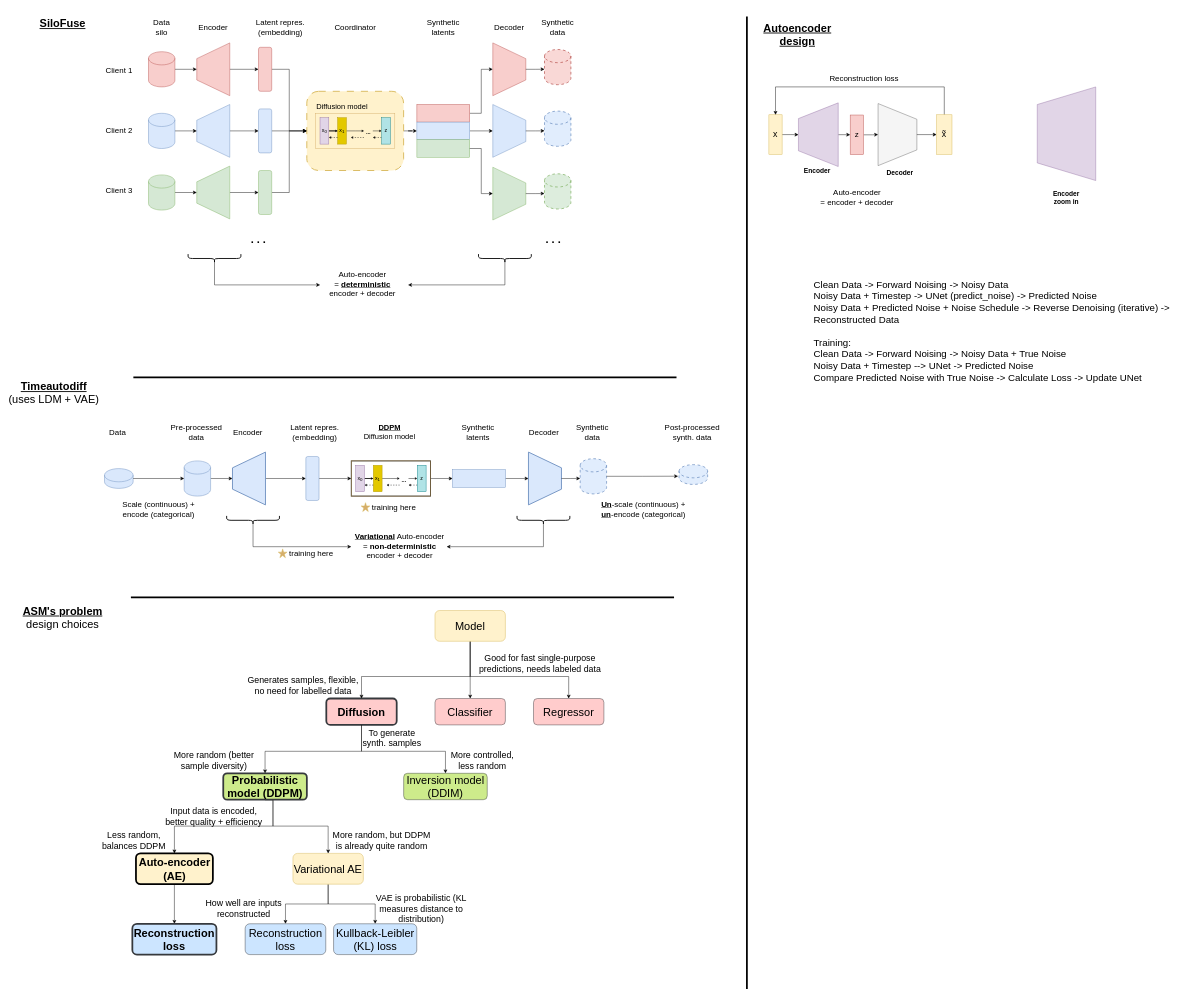
Before: silofuse.drawio in abiadf/silofuse_timeseries, a draw.io diagram. Source tidied: cells renumbered, new cells numbered last; positions are measured from the earlier drawing's top-left corner, leaving out a move shared by most shapes. Both pictures are drawn from the tidied source at 44%, with x=0, y=0 at pixel (7, 7).
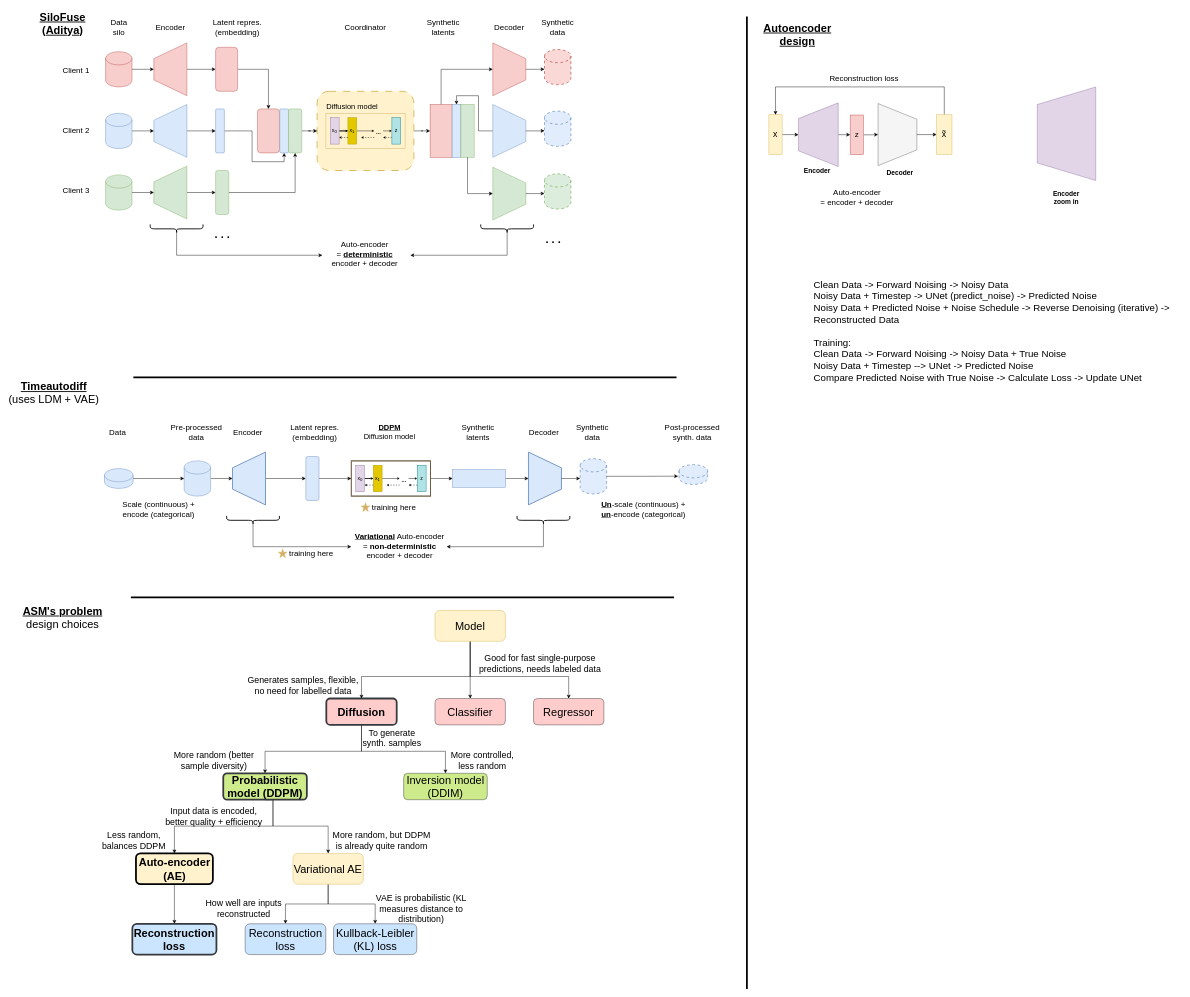
The same page after the edit.

Unchanged cells that the change refers to:
```xml
<mxCell id="30" style="shape=trapezoid;perimeter=trapezoidPerimeter;whiteSpace=wrap;html=1;fixedSize=1;fillColor=#dae8fc;rotation=90;size=35.75;strokeColor=#6c8ebf;" parent="1" vertex="1">
  <mxGeometry x="1080" y="242.5" width="120" height="75" as="geometry" />
</mxCell>
```

Change to the diagram source:
```diff
@@
     <mxCell id="3" style="shape=trapezoid;perimeter=trapezoidPerimeter;whiteSpace=wrap;html=1;fixedSize=1;fillColor=#f8cecc;rotation=-90;size=35.75;strokeColor=#b85450;" parent="1" vertex="1">
-      <mxGeometry x="407.2" y="102.5" width="120" height="75" as="geometry" />
+      <mxGeometry x="309.7" y="102.5" width="120" height="75" as="geometry" />
     </mxCell>
@@
     <mxCell id="5" style="shape=cylinder3;whiteSpace=wrap;html=1;boundedLbl=1;backgroundOutline=1;size=15;fillColor=#f8cecc;strokeColor=#b85450;" parent="1" vertex="1">
-      <mxGeometry x="320" y="100" width="60" height="80" as="geometry" />
+      <mxGeometry x="222.5" y="100" width="60" height="80" as="geometry" />
     </mxCell>
-    <mxCell id="6" style="edgeStyle=orthogonalEdgeStyle;rounded=0;jettySize=auto;html=1;exitX=1;exitY=0.5;exitDx=0;exitDy=0;entryX=0;entryY=0.5;entryDx=0;entryDy=0;" parent="1" edge="1" source="7" target="9">
-      <mxGeometry relative="1" as="geometry" />
+    <mxCell id="6" style="edgeStyle=orthogonalEdgeStyle;rounded=0;jettySize=auto;html=1;exitX=1;exitY=0.5;exitDx=0;exitDy=0;entryX=0.5;entryY=0;entryDx=0;entryDy=0;" parent="1" edge="1" source="7" target="172">
+      <mxGeometry relative="1" as="geometry">
+        <Array as="points">
+          <mxPoint x="593" y="140" />
+        </Array>
+      </mxGeometry>
     </mxCell>
     <mxCell id="7" style="rounded=1;whiteSpace=wrap;html=1;fillColor=#f8cecc;strokeColor=#b85450;" parent="1" vertex="1">
-      <mxGeometry x="570" y="90" width="30" height="100" as="geometry" />
+      <mxGeometry x="472.5" y="90" width="50" height="100" as="geometry" />
     </mxCell>
-    <mxCell id="8" style="edgeStyle=orthogonalEdgeStyle;rounded=0;jettySize=auto;html=1;entryX=0;entryY=0.5;entryDx=0;entryDy=0;" parent="1" edge="1" source="9" target="13">
-      <mxGeometry relative="1" as="geometry" />
-    </mxCell>
+    <mxCell id="170" style="edgeStyle=orthogonalEdgeStyle;rounded=0;jettySize=auto;html=1;entryX=0.5;entryY=0;entryDx=0;entryDy=0;" parent="1" edge="1" source="9" target="11">
+      <mxGeometry relative="1" as="geometry" />
+    </mxCell>
     <mxCell id="9" style="rounded=1;whiteSpace=wrap;html=1;fillColor=#fff2cc;strokeColor=#d6b656;strokeWidth=2;dashed=1;dashPattern=8 8;" parent="1" vertex="1">
-      <mxGeometry x="679.8" y="190" width="220" height="180" as="geometry" />
+      <mxGeometry x="703.2" y="190" width="220" height="180" as="geometry" />
     </mxCell>
@@
-    <mxCell id="11" style="rounded=0;whiteSpace=wrap;html=1;fillColor=#f8cecc;strokeColor=#b85450;" parent="1" vertex="1">
-      <mxGeometry x="930" y="220" width="120" height="40" as="geometry" />
+    <mxCell id="11" style="rounded=0;whiteSpace=wrap;html=1;fillColor=#f8cecc;strokeColor=#b85450;rotation=-90;" parent="1" vertex="1">
+      <mxGeometry x="925" y="255" width="120" height="50" as="geometry" />
     </mxCell>
-    <mxCell id="12" style="edgeStyle=orthogonalEdgeStyle;rounded=0;jettySize=auto;html=1;entryX=0.5;entryY=1;entryDx=0;entryDy=0;" parent="1" edge="1" source="13" target="30">
-      <mxGeometry relative="1" as="geometry" />
-    </mxCell>
-    <mxCell id="13" style="rounded=0;whiteSpace=wrap;html=1;fillColor=#dae8fc;strokeColor=#6c8ebf;" parent="1" vertex="1">
-      <mxGeometry x="930" y="260" width="120" height="40" as="geometry" />
+    <mxCell id="13" style="rounded=0;whiteSpace=wrap;html=1;fillColor=#dae8fc;strokeColor=#6c8ebf;rotation=90;" parent="1" vertex="1">
+      <mxGeometry x="960" y="270" width="120" height="20" as="geometry" />
     </mxCell>
-    <mxCell id="14" style="rounded=0;whiteSpace=wrap;html=1;fillColor=#d5e8d4;strokeColor=#82b366;" parent="1" vertex="1">
-      <mxGeometry x="930" y="300" width="120" height="40" as="geometry" />
+    <mxCell id="14" style="rounded=0;whiteSpace=wrap;html=1;fillColor=#d5e8d4;strokeColor=#82b366;rotation=90;" parent="1" vertex="1">
+      <mxGeometry x="985.1" y="265" width="120" height="30" as="geometry" />
     </mxCell>
@@
     <mxCell id="19" style="shape=trapezoid;perimeter=trapezoidPerimeter;whiteSpace=wrap;html=1;fixedSize=1;fillColor=#dae8fc;rotation=-90;size=35.75;strokeColor=#6c8ebf;" parent="1" vertex="1">
-      <mxGeometry x="407.2" y="242.5" width="120" height="75" as="geometry" />
+      <mxGeometry x="309.7" y="242.5" width="120" height="75" as="geometry" />
     </mxCell>
@@
     <mxCell id="21" style="shape=cylinder3;whiteSpace=wrap;html=1;boundedLbl=1;backgroundOutline=1;size=15;fillColor=#dae8fc;strokeColor=#6c8ebf;" parent="1" vertex="1">
-      <mxGeometry x="320" y="240" width="60" height="80" as="geometry" />
+      <mxGeometry x="222.5" y="240" width="60" height="80" as="geometry" />
     </mxCell>
-    <mxCell id="22" style="edgeStyle=orthogonalEdgeStyle;rounded=0;jettySize=auto;html=1;exitX=1;exitY=0.5;exitDx=0;exitDy=0;entryX=0;entryY=0.5;entryDx=0;entryDy=0;" parent="1" edge="1" source="23" target="9">
+    <mxCell id="22" style="edgeStyle=orthogonalEdgeStyle;rounded=0;jettySize=auto;html=1;exitX=1;exitY=0.5;exitDx=0;exitDy=0;entryX=0.5;entryY=1;entryDx=0;entryDy=0;" parent="1" edge="1" source="23" target="173">
       <mxGeometry relative="1" as="geometry" />
     </mxCell>
     <mxCell id="23" style="rounded=1;whiteSpace=wrap;html=1;fillColor=#dae8fc;strokeColor=#6c8ebf;" parent="1" vertex="1">
-      <mxGeometry x="570" y="230" width="30" height="100" as="geometry" />
+      <mxGeometry x="472.5" y="230" width="20" height="100" as="geometry" />
     </mxCell>
@@
     <mxCell id="25" style="shape=trapezoid;perimeter=trapezoidPerimeter;whiteSpace=wrap;html=1;fixedSize=1;fillColor=#d5e8d4;rotation=-90;size=35.75;strokeColor=#82b366;" parent="1" vertex="1">
-      <mxGeometry x="407.2" y="382.5" width="120" height="75" as="geometry" />
+      <mxGeometry x="309.7" y="382.5" width="120" height="75" as="geometry" />
     </mxCell>
@@
     <mxCell id="27" style="shape=cylinder3;whiteSpace=wrap;html=1;boundedLbl=1;backgroundOutline=1;size=15;fillColor=#d5e8d4;strokeColor=#82b366;" parent="1" vertex="1">
-      <mxGeometry x="320" y="380" width="60" height="80" as="geometry" />
+      <mxGeometry x="222.5" y="380" width="60" height="80" as="geometry" />
     </mxCell>
-    <mxCell id="28" style="edgeStyle=orthogonalEdgeStyle;rounded=0;jettySize=auto;html=1;exitX=1;exitY=0.5;exitDx=0;exitDy=0;entryX=0;entryY=0.5;entryDx=0;entryDy=0;" parent="1" edge="1" source="29" target="9">
+    <mxCell id="28" style="edgeStyle=orthogonalEdgeStyle;rounded=0;jettySize=auto;html=1;exitX=1;exitY=0.5;exitDx=0;exitDy=0;entryX=0.5;entryY=1;entryDx=0;entryDy=0;" parent="1" edge="1" source="29" target="175">
       <mxGeometry relative="1" as="geometry" />
     </mxCell>
     <mxCell id="29" style="rounded=1;whiteSpace=wrap;html=1;fillColor=#d5e8d4;strokeColor=#82b366;" parent="1" vertex="1">
-      <mxGeometry x="570" y="370" width="30" height="100" as="geometry" />
+      <mxGeometry x="472.5" y="370" width="30" height="100" as="geometry" />
     </mxCell>
+    <mxCell id="171" style="edgeStyle=orthogonalEdgeStyle;rounded=0;jettySize=auto;html=1;entryX=0;entryY=0.5;entryDx=0;entryDy=0;" parent="1" edge="1" source="30" target="13">
+      <mxGeometry relative="1" as="geometry">
+        <Array as="points">
+          <mxPoint x="1070" y="280" />
+          <mxPoint x="1070" y="200" />
+          <mxPoint x="1020" y="200" />
+        </Array>
+      </mxGeometry>
+    </mxCell>
@@
     <mxCell id="37" value="&lt;font style=&quot;font-size: 18px;&quot;&gt;Data silo&lt;/font&gt;" style="text;html=1;align=center;verticalAlign=middle;whiteSpace=wrap;rounded=0;" parent="1" vertex="1">
-      <mxGeometry x="320" y="30" width="60" height="30" as="geometry" />
+      <mxGeometry x="222.5" y="30" width="60" height="30" as="geometry" />
     </mxCell>
     <mxCell id="38" value="&lt;font style=&quot;font-size: 18px;&quot;&gt;Encoder&lt;/font&gt;" style="text;html=1;align=center;verticalAlign=middle;whiteSpace=wrap;rounded=0;" parent="1" vertex="1">
-      <mxGeometry x="407.2" y="30" width="120" height="30" as="geometry" />
+      <mxGeometry x="309.7" y="30" width="120" height="30" as="geometry" />
     </mxCell>
     <mxCell id="39" value="&lt;font style=&quot;font-size: 18px;&quot;&gt;Latent repres. (embedding)&lt;/font&gt;" style="text;html=1;align=center;verticalAlign=middle;whiteSpace=wrap;rounded=0;" parent="1" vertex="1">
-      <mxGeometry x="559.8" y="30" width="120" height="30" as="geometry" />
+      <mxGeometry x="462.2" y="30" width="120" height="30" as="geometry" />
     </mxCell>
     <mxCell id="40" value="&lt;font style=&quot;font-size: 18px;&quot;&gt;Coordinator&lt;/font&gt;" style="text;html=1;align=center;verticalAlign=middle;whiteSpace=wrap;rounded=0;" parent="1" vertex="1">
-      <mxGeometry x="729.8" y="30" width="120" height="30" as="geometry" />
+      <mxGeometry x="753.2" y="30" width="120" height="30" as="geometry" />
     </mxCell>
@@
     <mxCell id="45" value="&lt;font style=&quot;font-size: 25px;&quot;&gt;&lt;b style=&quot;&quot;&gt;. . .&lt;/b&gt;&lt;/font&gt;" style="text;html=1;align=center;verticalAlign=middle;whiteSpace=wrap;rounded=0;" parent="1" vertex="1">
-      <mxGeometry x="540" y="510" width="60" height="30" as="geometry" />
+      <mxGeometry x="457.5" y="500" width="60" height="30" as="geometry" />
     </mxCell>
@@
     <mxCell id="47" style="group;" parent="1" vertex="1">
-      <mxGeometry x="699.8" y="240" width="180" height="80" as="geometry" />
+      <mxGeometry x="723.2" y="240" width="180" height="80" as="geometry" />
     </mxCell>
@@
     <mxCell id="59" value="&lt;font style=&quot;line-height: 100%; font-size: 17px;&quot;&gt;Diffusion model&lt;/font&gt;" style="text;html=1;align=center;verticalAlign=middle;whiteSpace=wrap;rounded=0;" parent="1" vertex="1">
-      <mxGeometry x="699.8" y="210" width="120.2" height="30" as="geometry" />
+      <mxGeometry x="723.2" y="210" width="120.2" height="30" as="geometry" />
     </mxCell>
     <mxCell id="60" value="&lt;font style=&quot;font-size: 18px;&quot;&gt;Client 1&lt;/font&gt;" style="text;html=1;align=center;verticalAlign=middle;whiteSpace=wrap;rounded=0;" parent="1" vertex="1">
-      <mxGeometry x="220" y="128.8" width="67.4" height="30" as="geometry" />
+      <mxGeometry x="122.5" y="128.8" width="67.4" height="30" as="geometry" />
     </mxCell>
     <mxCell id="61" value="&lt;font style=&quot;font-size: 18px;&quot;&gt;Client 2&lt;/font&gt;" style="text;html=1;align=center;verticalAlign=middle;whiteSpace=wrap;rounded=0;" parent="1" vertex="1">
-      <mxGeometry x="220" y="263.8" width="67.4" height="30" as="geometry" />
+      <mxGeometry x="122.5" y="263.8" width="67.4" height="30" as="geometry" />
     </mxCell>
     <mxCell id="62" value="&lt;font style=&quot;font-size: 18px;&quot;&gt;Client 3&lt;/font&gt;" style="text;html=1;align=center;verticalAlign=middle;whiteSpace=wrap;rounded=0;" parent="1" vertex="1">
-      <mxGeometry x="220" y="401.2" width="67.4" height="30" as="geometry" />
+      <mxGeometry x="122.5" y="401.2" width="67.4" height="30" as="geometry" />
     </mxCell>
@@
     <mxCell id="67" style="edgeStyle=orthogonalEdgeStyle;rounded=0;jettySize=auto;html=1;exitX=0.1;exitY=0.5;exitDx=0;exitDy=0;exitPerimeter=0;" parent="1" edge="1" source="68">
       <mxGeometry relative="1" as="geometry">
-        <mxPoint x="710" y="630" as="targetPoint" />
+        <mxPoint x="715.1" y="562.6" as="targetPoint" />
         <Array as="points">
-          <mxPoint x="470" y="630" />
+          <mxPoint x="384.1" y="562.6" />
         </Array>
       </mxGeometry>
     </mxCell>
     <mxCell id="68" style="shape=curlyBracket;whiteSpace=wrap;html=1;rounded=1;labelPosition=left;verticalLabelPosition=middle;align=right;verticalAlign=middle;rotation=-90;strokeWidth=2;" parent="1" vertex="1">
-      <mxGeometry x="460" y="510" width="20" height="120" as="geometry" />
+      <mxGeometry x="373.9" y="442.6" width="20" height="120" as="geometry" />
     </mxCell>
     <mxCell id="69" style="edgeStyle=orthogonalEdgeStyle;rounded=0;jettySize=auto;html=1;exitX=0.1;exitY=0.5;exitDx=0;exitDy=0;exitPerimeter=0;" parent="1" edge="1" source="70">
       <mxGeometry relative="1" as="geometry">
-        <mxPoint x="910" y="630" as="targetPoint" />
+        <mxPoint x="915.1" y="562.6" as="targetPoint" />
         <Array as="points">
-          <mxPoint x="1130" y="630" />
+          <mxPoint x="1135.1" y="562.6" />
         </Array>
       </mxGeometry>
     </mxCell>
     <mxCell id="70" style="shape=curlyBracket;whiteSpace=wrap;html=1;rounded=1;labelPosition=left;verticalLabelPosition=middle;align=right;verticalAlign=middle;rotation=-90;strokeWidth=2;" parent="1" vertex="1">
-      <mxGeometry x="1120" y="510" width="20" height="120" as="geometry" />
+      <mxGeometry x="1125.1" y="442.6" width="20" height="120" as="geometry" />
     </mxCell>
     <mxCell id="71" value="&lt;font style=&quot;font-size: 18px;&quot;&gt;Auto-encoder&lt;/font&gt;&lt;div&gt;&lt;font style=&quot;font-size: 18px;&quot;&gt;= &lt;b&gt;&lt;u&gt;deterministic&lt;/u&gt;&lt;/b&gt; encoder + decoder&lt;/font&gt;&lt;/div&gt;" style="text;html=1;align=center;verticalAlign=middle;whiteSpace=wrap;rounded=0;" parent="1" vertex="1">
-      <mxGeometry x="719.8" y="602.7" width="172.6" height="52.2" as="geometry" />
+      <mxGeometry x="724.8" y="535.2" width="172.6" height="52.2" as="geometry" />
     </mxCell>
@@
-    <mxCell id="104" value="&lt;font style=&quot;font-size: 25px;&quot;&gt;&lt;b style=&quot;&quot;&gt;&lt;u style=&quot;&quot;&gt;SiloFuse&lt;/u&gt;&lt;/b&gt;&lt;/font&gt;" style="text;html=1;align=center;verticalAlign=middle;whiteSpace=wrap;rounded=0;" parent="1" vertex="1">
+    <mxCell id="104" value="&lt;font style=&quot;font-size: 25px;&quot;&gt;&lt;b style=&quot;&quot;&gt;&lt;u style=&quot;&quot;&gt;SiloFuse (Aditya)&lt;/u&gt;&lt;/b&gt;&lt;/font&gt;" style="text;html=1;align=center;verticalAlign=middle;whiteSpace=wrap;rounded=0;" parent="1" vertex="1">
       <mxGeometry x="40" width="170" height="70" as="geometry" />
     </mxCell>
@@
+    <mxCell id="172" style="rounded=1;whiteSpace=wrap;html=1;fillColor=#f8cecc;strokeColor=#b85450;" parent="1" vertex="1">
+      <mxGeometry x="567.6" y="230" width="50" height="100" as="geometry" />
+    </mxCell>
+    <mxCell id="173" style="rounded=1;whiteSpace=wrap;html=1;fillColor=#dae8fc;strokeColor=#6c8ebf;" parent="1" vertex="1">
+      <mxGeometry x="618.3" y="230" width="20" height="100" as="geometry" />
+    </mxCell>
+    <mxCell id="174" style="edgeStyle=orthogonalEdgeStyle;rounded=0;jettySize=auto;html=1;entryX=0;entryY=0.5;entryDx=0;entryDy=0;" parent="1" edge="1" source="175" target="9">
+      <mxGeometry relative="1" as="geometry" />
+    </mxCell>
+    <mxCell id="175" style="rounded=1;whiteSpace=wrap;html=1;fillColor=#d5e8d4;strokeColor=#82b366;" parent="1" vertex="1">
+      <mxGeometry x="638.3" y="230" width="30" height="100" as="geometry" />
+    </mxCell>
```
